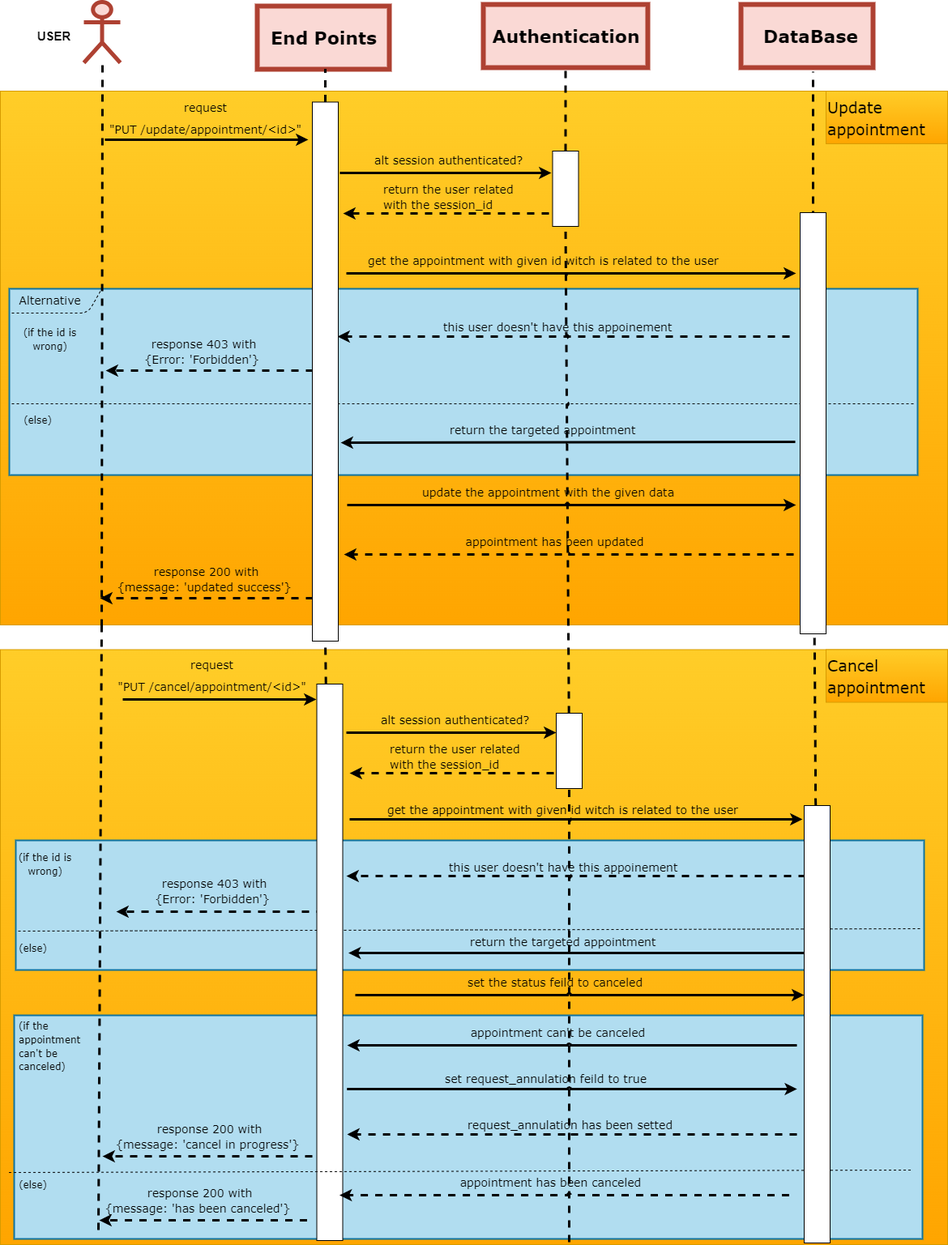
Kolapo-code/Booker keeps this draw.io diagram as UML/sequence_diagram/Update_Delete_appointment.png. Above is the earlier version. Source tidied: cells renumbered, new cells last; positions are measured from the earlier drawing's top-left corner, leaving out a move shared by most shapes.
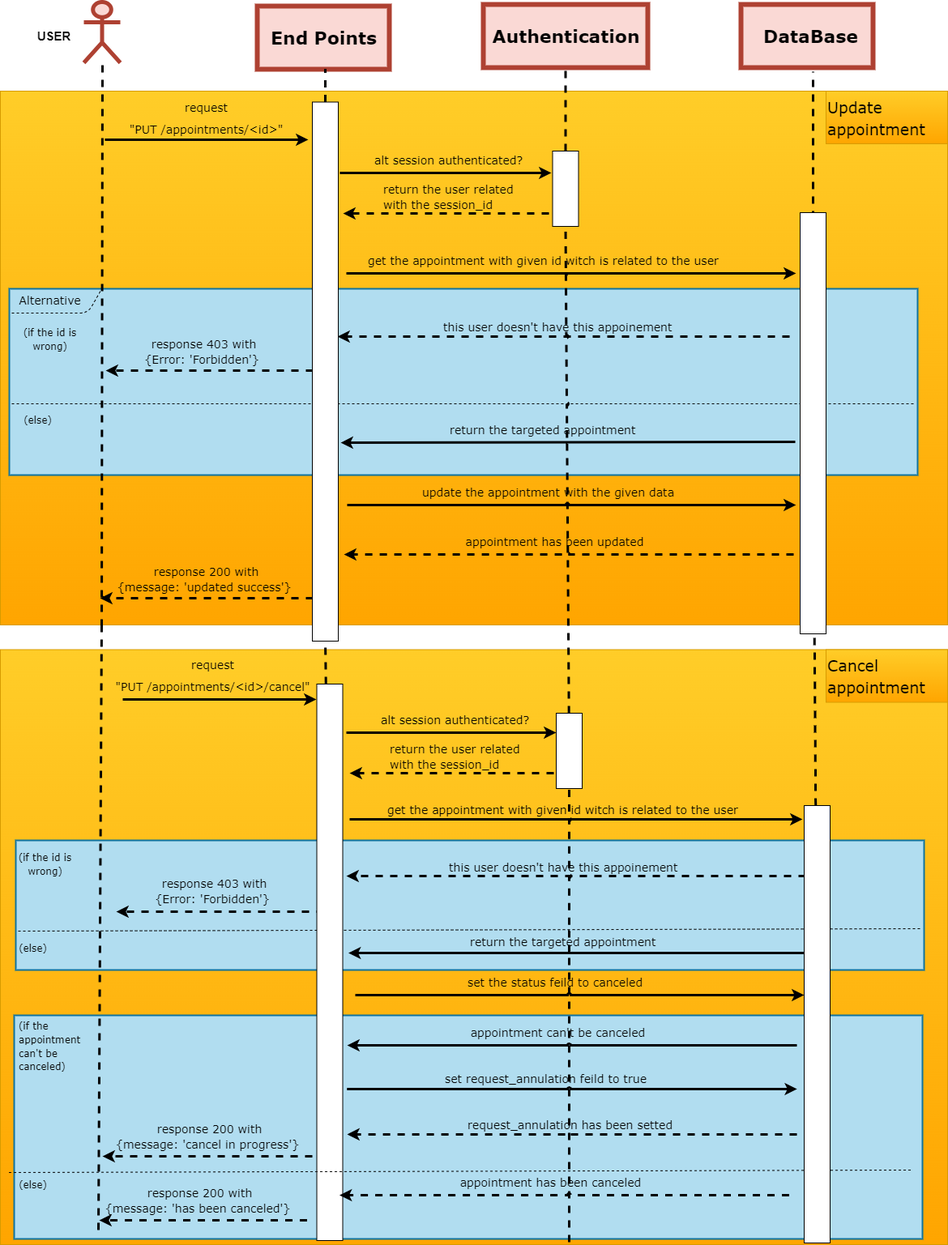
The same file after the commit.

Change to the diagram source:
```diff
@@ -67,8 +67,8 @@
         <mxPoint x="380" y="170" as="targetPoint" />
       </mxGeometry>
     </mxCell>
-    <mxCell id="20" value="&lt;font style=&quot;font-size: 14px;&quot;&gt;request&lt;br&gt;&quot;PUT /update/appointment/&amp;lt;id&amp;gt;&quot;&lt;/font&gt;" style="text;html=1;align=center;verticalAlign=middle;strokeColor=none;fillColor=none;fontSize=22;fontColor=#000000;fontFamily=Verdana;" parent="1" vertex="1">
-      <mxGeometry x="121.5" y="108" width="263" height="65" as="geometry" />
+    <mxCell id="20" value="&lt;font style=&quot;font-size: 14px;&quot;&gt;request&lt;br&gt;&quot;PUT /appointments/&amp;lt;id&amp;gt;&quot;&lt;/font&gt;" style="text;html=1;align=center;verticalAlign=middle;strokeColor=none;fillColor=none;fontSize=22;fontColor=#000000;fontFamily=Verdana;" parent="1" vertex="1">
+      <mxGeometry x="150.5" y="108" width="207" height="65" as="geometry" />
     </mxCell>
     <mxCell id="21" style="endArrow=classic;html=1;rounded=1;strokeColor=#000000;strokeWidth=3;fontSize=22;fontColor=#000000;jumpStyle=arc;jumpSize=0;" parent="1" edge="1">
       <mxGeometry relative="1" as="geometry">
@@ -291,8 +291,8 @@
     <mxCell id="70" value="&lt;font style=&quot;font-size: 12px;&quot;&gt;(else)&lt;/font&gt;" style="text;html=1;align=center;verticalAlign=middle;strokeColor=none;fillColor=none;fontSize=14;fontFamily=Verdana;fontColor=#000000;" parent="1" vertex="1">
       <mxGeometry x="13" y="1153" width="53" height="29" as="geometry" />
     </mxCell>
-    <mxCell id="71" value="&lt;font style=&quot;font-size: 14px;&quot;&gt;request&lt;br&gt;&quot;PUT /cancel/appointment/&amp;lt;id&amp;gt;&quot;&lt;/font&gt;" style="text;html=1;align=center;verticalAlign=middle;strokeColor=none;fillColor=none;fontSize=22;fontColor=#000000;fontFamily=Verdana;" parent="1" vertex="1">
-      <mxGeometry x="131.5" y="796" width="259" height="65" as="geometry" />
+    <mxCell id="71" value="&lt;font style=&quot;font-size: 14px;&quot;&gt;request&lt;br&gt;&quot;PUT /appointments/&amp;lt;id&amp;gt;/cancel&quot;&lt;/font&gt;" style="text;html=1;align=center;verticalAlign=middle;strokeColor=none;fillColor=none;fontSize=22;fontColor=#000000;fontFamily=Verdana;" parent="1" vertex="1">
+      <mxGeometry x="132.5" y="796" width="258" height="65" as="geometry" />
     </mxCell>
     <mxCell id="72" value="&lt;span style=&quot;font-size: 14px;&quot;&gt;get the appointment with given id witch is related to the user&lt;/span&gt;" style="text;html=1;align=center;verticalAlign=middle;strokeColor=none;fillColor=none;fontSize=22;fontColor=#000000;fontFamily=Verdana;" parent="1" vertex="1">
       <mxGeometry x="464.5" y="976" width="459" height="38" as="geometry" />
```
